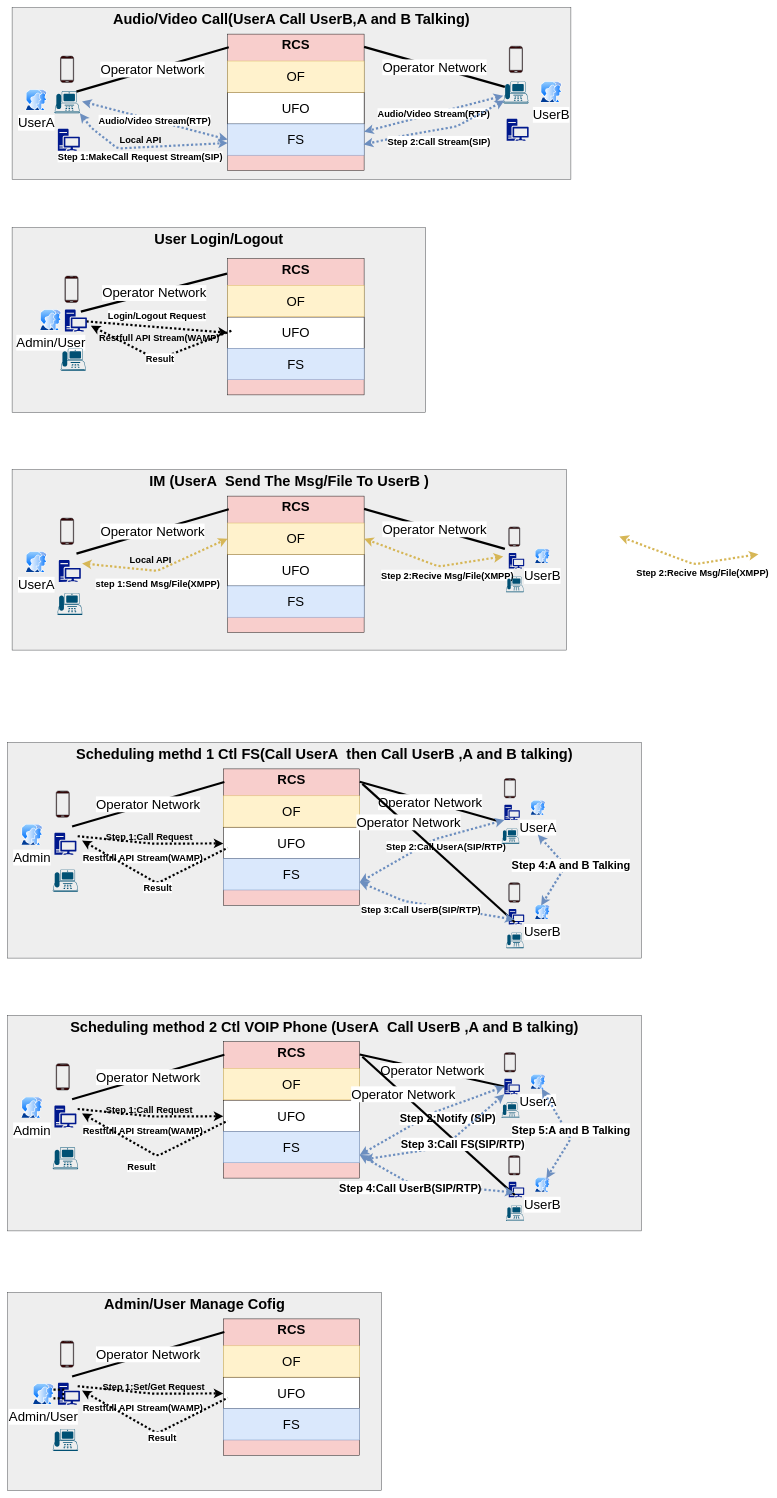
Above: RCS 数据流图.drawio in uyuy2043/yy (draw.io), before the change. Source tidied: cells renumbered, new cells numbered last; positions are measured from the earlier drawing's top-left corner, leaving out a move shared by most shapes. Both pictures are drawn from the tidied source at 44%, with x=0, y=0 at pixel (7, 7).
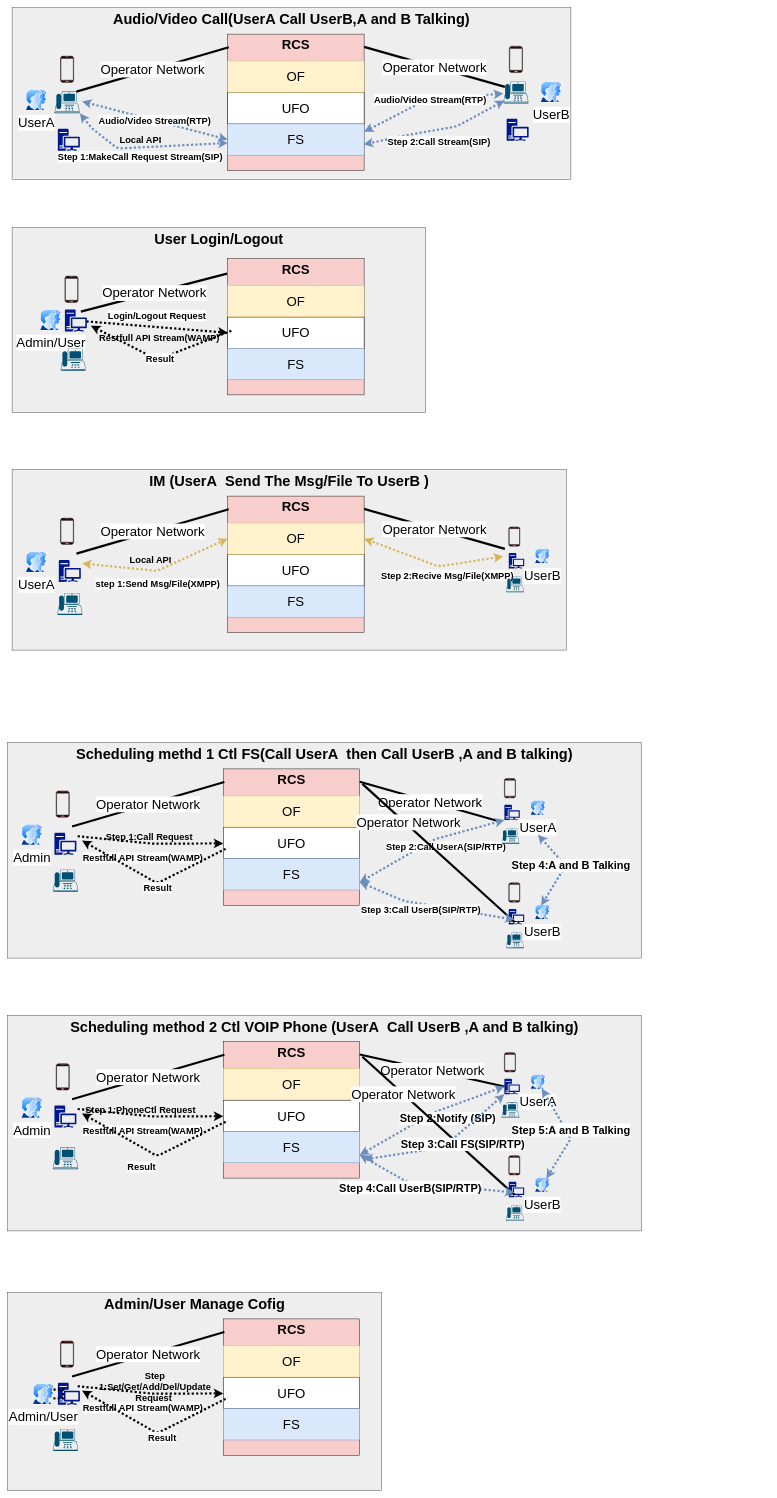
After the change.

Commit message (it also covers changes not shown here):
更新RCS 数据流图.drawio

The change refers to these unchanged cells:
```xml
<mxCell id="16" value="FS" style="rounded=0;whiteSpace=wrap;html=1;fillColor=#dae8fc;fontSize=30;align=center;strokeColor=#6c8ebf;" parent="13" vertex="1">
  <mxGeometry y="204.2" width="310" height="71" as="geometry" />
</mxCell>
<mxCell id="22" style="points=[[0.59,0,0],[0.87,0.015,0],[0.88,0.3,0],[0.99,0.99,0],[0.5,1,0],[0.01,0.99,0],[0.075,0.5,0],[0.17,0.115,0]];verticalLabelPosition=bottom;html=1;verticalAlign=top;align=center;shape=mxgraph.cisco19.ip_phone;fillColor=#005073;strokeColor=none;" parent="1" vertex="1">
  <mxGeometry x="1126.2" y="167.5" width="57.5" height="50" as="geometry" />
</mxCell>
```

The edit, as a diff of the source:
```diff
@@
     <mxCell id="25" value="Audio/Video Stream(RTP)" style="endArrow=classic;html=1;fontSize=21;strokeWidth=5;entryX=1;entryY=0.25;entryDx=0;entryDy=0;startArrow=classic;startFill=1;dashed=1;dashPattern=1 1;fontStyle=1;fillColor=#dae8fc;strokeColor=#6c8ebf;" parent="1" edge="1" source="22" target="16">
-      <mxGeometry relative="1" as="geometry" />
+      <mxGeometry relative="1" as="geometry">
+        <Array as="points">
+          <mxPoint x="950" y="210" />
+        </Array>
+      </mxGeometry>
     </mxCell>
@@
-    <mxCell id="106" value="Step 1:Call Request&amp;nbsp;" style="text;html=1;strokeColor=none;fillColor=none;align=center;verticalAlign=middle;whiteSpace=wrap;rounded=0;fontSize=21;fontStyle=1;" parent="1" vertex="1">
-      <mxGeometry x="210" y="2494" width="230" height="20" as="geometry" />
+    <mxCell id="106" value="Step 1:PhoneCtl Request&amp;nbsp;" style="text;html=1;strokeColor=none;fillColor=none;align=center;verticalAlign=middle;whiteSpace=wrap;rounded=0;fontSize=21;fontStyle=1;" parent="1" vertex="1">
+      <mxGeometry x="170" y="2494" width="270" height="20" as="geometry" />
     </mxCell>
@@
-    <mxCell id="111" value="Step 2:Recive Msg/File(XMPP)" style="endArrow=classic;html=1;fontSize=21;strokeWidth=5;startArrow=classic;startFill=1;dashed=1;dashPattern=1 1;fontStyle=1;entryX=1;entryY=0.5;entryDx=0;entryDy=0;fillColor=#fff2cc;strokeColor=#d6b656;" parent="1" edge="1">
-      <mxGeometry x="-0.2" y="23" relative="1" as="geometry">
-        <mxPoint x="1706.2" y="1242" as="sourcePoint" />
-        <mxPoint x="1390" y="1201.7" as="targetPoint" />
-        <Array as="points">
-          <mxPoint x="1560" y="1265" />
-        </Array>
-      </mxGeometry>
-    </mxCell>
@@
-    <mxCell id="128" value="Step 1:Set/Get Request&amp;nbsp;" style="text;html=1;strokeColor=none;fillColor=none;align=center;verticalAlign=middle;whiteSpace=wrap;rounded=0;fontSize=21;fontStyle=1;" parent="1" vertex="1">
+    <mxCell id="128" value="Step 1:Set/Get/Add/Del/Update Request&amp;nbsp;" style="text;html=1;strokeColor=none;fillColor=none;align=center;verticalAlign=middle;whiteSpace=wrap;rounded=0;fontSize=21;fontStyle=1;" parent="1" vertex="1">
       <mxGeometry x="210" y="3124" width="250" height="20" as="geometry" />
     </mxCell>
```
